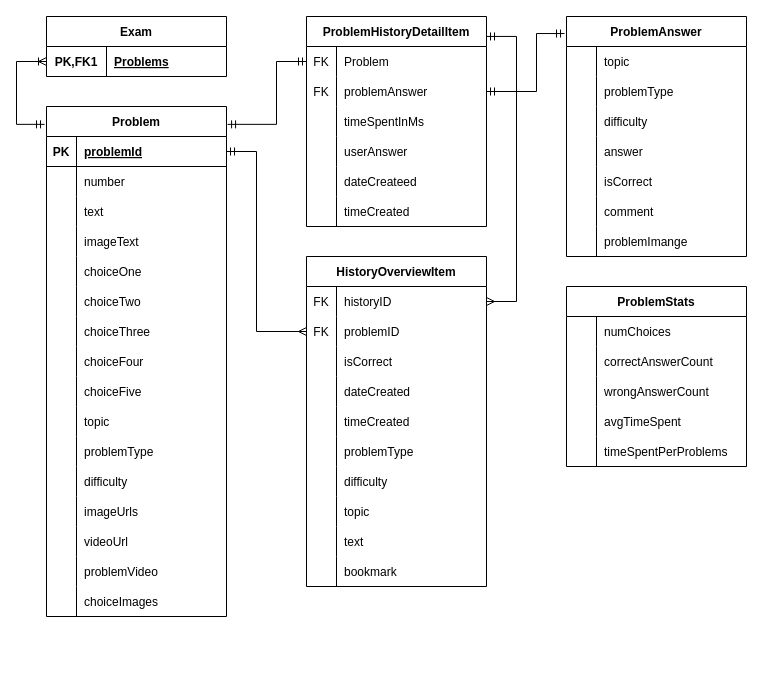
Earlier version of the draw.io diagram Untitled Diagram.drawio (iirtrtrt/data). Source tidied: cells renumbered, new cells numbered last; positions are measured from the earlier drawing's top-left corner, leaving out a move shared by most shapes. Both pictures are drawn from the tidied source at 100%, with x=0, y=0 at pixel (16, 16).
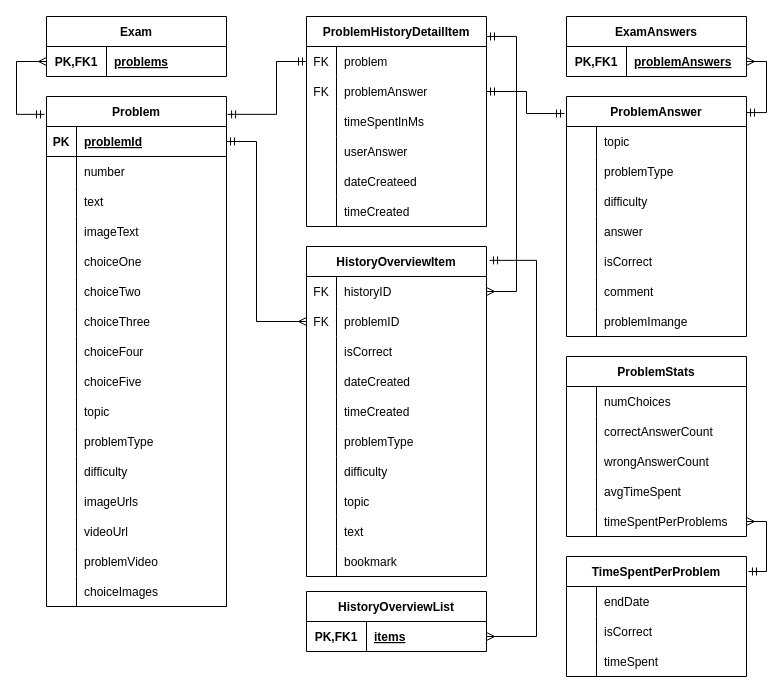
After the change.

Unchanged cells that the change refers to:
```xml
<mxCell id="52" style="shape=tableRow;horizontal=0;startSize=0;swimlaneHead=0;swimlaneBody=0;fillColor=none;points=[[0,0.5],[1,0.5]];portConstraint=eastwest;top=0;left=0;right=0;bottom=0;" parent="51" vertex="1">
  <mxGeometry y="30" width="180" height="30" as="geometry" />
</mxCell>
<mxCell id="56" style="shape=tableRow;horizontal=0;startSize=0;swimlaneHead=0;swimlaneBody=0;fillColor=none;points=[[0,0.5],[1,0.5]];portConstraint=eastwest;top=0;left=0;right=0;bottom=0;" parent="55" vertex="1">
  <mxGeometry y="30" width="180" height="30" as="geometry" />
</mxCell>
<mxCell id="59" style="shape=tableRow;horizontal=0;startSize=0;swimlaneHead=0;swimlaneBody=0;fillColor=none;points=[[0,0.5],[1,0.5]];portConstraint=eastwest;top=0;left=0;right=0;bottom=0;" parent="55" vertex="1">
  <mxGeometry y="60" width="180" height="30" as="geometry" />
</mxCell>
<mxCell id="141" style="shape=tableRow;horizontal=0;startSize=0;swimlaneHead=0;swimlaneBody=0;fillColor=none;points=[[0,0.5],[1,0.5]];portConstraint=eastwest;top=0;left=0;right=0;bottom=0;" parent="128" vertex="1">
  <mxGeometry y="150" width="180" height="30" as="geometry" />
</mxCell>
```

Change to the diagram source:
```diff
@@
     <mxCell id="2" value="Problem" style="shape=table;startSize=30;childLayout=tableLayout;rowLines=0;fontStyle=1;align=center;" parent="1" vertex="1">
-      <mxGeometry x="30" y="90" width="180" height="510" as="geometry" />
+      <mxGeometry x="30" y="80" width="180" height="510" as="geometry" />
     </mxCell>
@@
-    <mxCell id="54" value="Problems" style="shape=partialRectangle;fillColor=none;top=0;left=0;bottom=0;right=0;align=left;spacingLeft=6;fontStyle=5;overflow=hidden;" parent="52" vertex="1">
+    <mxCell id="54" value="problems" style="shape=partialRectangle;fillColor=none;top=0;left=0;bottom=0;right=0;align=left;spacingLeft=6;fontStyle=5;overflow=hidden;" parent="52" vertex="1">
       <mxGeometry x="60" width="120" height="30" as="geometry" />
     </mxCell>
@@
-    <mxCell id="58" value="Problem" style="shape=partialRectangle;fillColor=none;top=0;left=0;bottom=0;right=0;align=left;spacingLeft=6;overflow=hidden;" parent="56" vertex="1">
+    <mxCell id="58" value="problem" style="shape=partialRectangle;fillColor=none;top=0;left=0;bottom=0;right=0;align=left;spacingLeft=6;overflow=hidden;" parent="56" vertex="1">
       <mxGeometry x="30" width="150" height="30" as="geometry" />
     </mxCell>
@@
     <mxCell id="74" value="HistoryOverviewItem" style="shape=table;startSize=30;childLayout=tableLayout;rowLines=0;fontStyle=1;align=center;" parent="1" vertex="1">
-      <mxGeometry x="290" y="240" width="180" height="330" as="geometry" />
+      <mxGeometry x="290" y="230" width="180" height="330" as="geometry" />
     </mxCell>
@@
     <mxCell id="105" value="ProblemAnswer" style="shape=table;startSize=30;childLayout=tableLayout;rowLines=0;fontStyle=1;align=center;" parent="1" vertex="1">
-      <mxGeometry x="550" width="180" height="240" as="geometry" />
+      <mxGeometry x="550" y="80" width="180" height="240" as="geometry" />
     </mxCell>
@@
-    <mxCell id="127" style="edgeStyle=elbowEdgeStyle;fontSize=12;html=1;endArrow=ERmandOne;startArrow=ERoneToMany;rounded=0;exitX=0;exitY=0.5;exitDx=0;exitDy=0;entryX=-0.011;entryY=0.035;entryDx=0;entryDy=0;entryPerimeter=0;startFill=0;" parent="1" edge="1" source="52" target="2">
+    <mxCell id="127" style="edgeStyle=elbowEdgeStyle;fontSize=12;html=1;endArrow=ERmandOne;startArrow=ERmany;rounded=0;exitX=0;exitY=0.5;exitDx=0;exitDy=0;entryX=-0.011;entryY=0.035;entryDx=0;entryDy=0;entryPerimeter=0;startFill=0;" parent="1" edge="1" source="52" target="2">
       <mxGeometry relative="1" as="geometry">
         <Array as="points">
           <mxPoint y="80" />
         </Array>
       </mxGeometry>
     </mxCell>
     <mxCell id="128" value="ProblemStats" style="shape=table;startSize=30;childLayout=tableLayout;rowLines=0;fontStyle=1;align=center;" parent="1" vertex="1">
-      <mxGeometry x="550" y="270" width="180" height="180" as="geometry" />
+      <mxGeometry x="550" y="340" width="180" height="180" as="geometry" />
     </mxCell>
@@
     <mxCell id="146" style="edgeStyle=elbowEdgeStyle;fontSize=12;html=1;endArrow=ERmandOne;startArrow=ERmandOne;rounded=0;exitX=-0.011;exitY=0.071;exitDx=0;exitDy=0;entryX=1;entryY=0.5;entryDx=0;entryDy=0;exitPerimeter=0;" parent="1" edge="1" source="105" target="59">
       <mxGeometry relative="1" as="geometry">
         <Array as="points">
-          <mxPoint x="520" y="40" />
+          <mxPoint x="510" y="120" />
         </Array>
       </mxGeometry>
     </mxCell>
@@
+    <mxCell id="148" value="ExamAnswers" style="shape=table;startSize=30;childLayout=tableLayout;rowLines=0;fontStyle=1;align=center;" parent="1" vertex="1">
+      <mxGeometry x="550" width="180" height="60" as="geometry" />
+    </mxCell>
+    <mxCell id="149" style="shape=tableRow;horizontal=0;startSize=0;swimlaneHead=0;swimlaneBody=0;fillColor=none;points=[[0,0.5],[1,0.5]];portConstraint=eastwest;top=0;left=0;right=0;bottom=0;" parent="148" vertex="1">
+      <mxGeometry y="30" width="180" height="30" as="geometry" />
+    </mxCell>
+    <mxCell id="150" value="PK,FK1" style="shape=partialRectangle;fillColor=none;top=0;left=0;bottom=0;right=0;fontStyle=1;overflow=hidden;" parent="149" vertex="1">
+      <mxGeometry width="60" height="30" as="geometry" />
+    </mxCell>
+    <mxCell id="151" value="problemAnswers" style="shape=partialRectangle;fillColor=none;top=0;left=0;bottom=0;right=0;align=left;spacingLeft=6;fontStyle=5;overflow=hidden;" parent="149" vertex="1">
+      <mxGeometry x="60" width="120" height="30" as="geometry" />
+    </mxCell>
+    <mxCell id="152" value="HistoryOverviewList" style="shape=table;startSize=30;childLayout=tableLayout;rowLines=0;fontStyle=1;align=center;" parent="1" vertex="1">
+      <mxGeometry x="290" y="575" width="180" height="60" as="geometry" />
+    </mxCell>
+    <mxCell id="153" style="shape=tableRow;horizontal=0;startSize=0;swimlaneHead=0;swimlaneBody=0;fillColor=none;points=[[0,0.5],[1,0.5]];portConstraint=eastwest;top=0;left=0;right=0;bottom=0;" parent="152" vertex="1">
+      <mxGeometry y="30" width="180" height="30" as="geometry" />
+    </mxCell>
+    <mxCell id="154" value="PK,FK1" style="shape=partialRectangle;fillColor=none;top=0;left=0;bottom=0;right=0;fontStyle=1;overflow=hidden;" parent="153" vertex="1">
+      <mxGeometry width="60" height="30" as="geometry" />
+    </mxCell>
+    <mxCell id="155" value="items" style="shape=partialRectangle;fillColor=none;top=0;left=0;bottom=0;right=0;align=left;spacingLeft=6;fontStyle=5;overflow=hidden;" parent="153" vertex="1">
+      <mxGeometry x="60" width="120" height="30" as="geometry" />
+    </mxCell>
+    <mxCell id="156" value="TimeSpentPerProblem" style="shape=table;startSize=30;childLayout=tableLayout;rowLines=0;fontStyle=1;align=center;" parent="1" vertex="1">
+      <mxGeometry x="550" y="540" width="180" height="120" as="geometry" />
+    </mxCell>
+    <mxCell id="157" style="shape=tableRow;horizontal=0;startSize=0;swimlaneHead=0;swimlaneBody=0;fillColor=none;top=0;left=0;right=0;bottom=0;" parent="156" vertex="1">
+      <mxGeometry y="30" width="180" height="30" as="geometry" />
+    </mxCell>
+    <mxCell id="158" style="shape=partialRectangle;fillColor=none;top=0;left=0;bottom=0;right=0;overflow=hidden;" parent="157" vertex="1">
+      <mxGeometry width="30" height="30" as="geometry" />
+    </mxCell>
+    <mxCell id="159" value="endDate" style="shape=partialRectangle;fillColor=none;top=0;left=0;bottom=0;right=0;align=left;spacingLeft=6;overflow=hidden;" parent="157" vertex="1">
+      <mxGeometry x="30" width="150" height="30" as="geometry" />
+    </mxCell>
+    <mxCell id="160" style="shape=tableRow;horizontal=0;startSize=0;swimlaneHead=0;swimlaneBody=0;fillColor=none;top=0;left=0;right=0;bottom=0;" parent="156" vertex="1">
+      <mxGeometry y="60" width="180" height="30" as="geometry" />
+    </mxCell>
+    <mxCell id="161" style="shape=partialRectangle;fillColor=none;top=0;left=0;bottom=0;right=0;overflow=hidden;" parent="160" vertex="1">
+      <mxGeometry width="30" height="30" as="geometry" />
+    </mxCell>
+    <mxCell id="162" value="isCorrect" style="shape=partialRectangle;fillColor=none;top=0;left=0;bottom=0;right=0;align=left;spacingLeft=6;overflow=hidden;" parent="160" vertex="1">
+      <mxGeometry x="30" width="150" height="30" as="geometry" />
+    </mxCell>
+    <mxCell id="163" style="shape=tableRow;horizontal=0;startSize=0;swimlaneHead=0;swimlaneBody=0;fillColor=none;top=0;left=0;right=0;bottom=0;" parent="156" vertex="1">
+      <mxGeometry y="90" width="180" height="30" as="geometry" />
+    </mxCell>
+    <mxCell id="164" style="shape=partialRectangle;fillColor=none;top=0;left=0;bottom=0;right=0;overflow=hidden;" parent="163" vertex="1">
+      <mxGeometry width="30" height="30" as="geometry" />
+    </mxCell>
+    <mxCell id="165" value="timeSpent" style="shape=partialRectangle;fillColor=none;top=0;left=0;bottom=0;right=0;align=left;spacingLeft=6;overflow=hidden;" parent="163" vertex="1">
+      <mxGeometry x="30" width="150" height="30" as="geometry" />
+    </mxCell>
+    <mxCell id="166" style="edgeStyle=elbowEdgeStyle;fontSize=12;html=1;endArrow=ERmandOne;startArrow=ERmany;rounded=0;exitX=1;exitY=0.5;exitDx=0;exitDy=0;entryX=1;entryY=0.067;entryDx=0;entryDy=0;entryPerimeter=0;startFill=0;" parent="1" edge="1" source="149" target="105">
+      <mxGeometry relative="1" as="geometry">
+        <Array as="points">
+          <mxPoint x="750" y="80" />
+        </Array>
+      </mxGeometry>
+    </mxCell>
+    <mxCell id="167" style="edgeStyle=elbowEdgeStyle;fontSize=12;html=1;endArrow=ERmandOne;startArrow=ERmany;rounded=0;entryX=1.017;entryY=0.042;entryDx=0;entryDy=0;entryPerimeter=0;startFill=0;exitX=1;exitY=0.5;exitDx=0;exitDy=0;" parent="1" edge="1" source="153" target="74">
+      <mxGeometry relative="1" as="geometry">
+        <Array as="points">
+          <mxPoint x="520" y="440" />
+        </Array>
+      </mxGeometry>
+    </mxCell>
+    <mxCell id="168" style="edgeStyle=elbowEdgeStyle;fontSize=12;html=1;endArrow=ERmandOne;startArrow=ERmany;rounded=0;entryX=1.011;entryY=0.125;entryDx=0;entryDy=0;entryPerimeter=0;startFill=0;exitX=1;exitY=0.5;exitDx=0;exitDy=0;" parent="1" edge="1" source="141" target="156">
+      <mxGeometry relative="1" as="geometry">
+        <Array as="points">
+          <mxPoint x="750" y="530" />
+        </Array>
+      </mxGeometry>
+    </mxCell>
```
